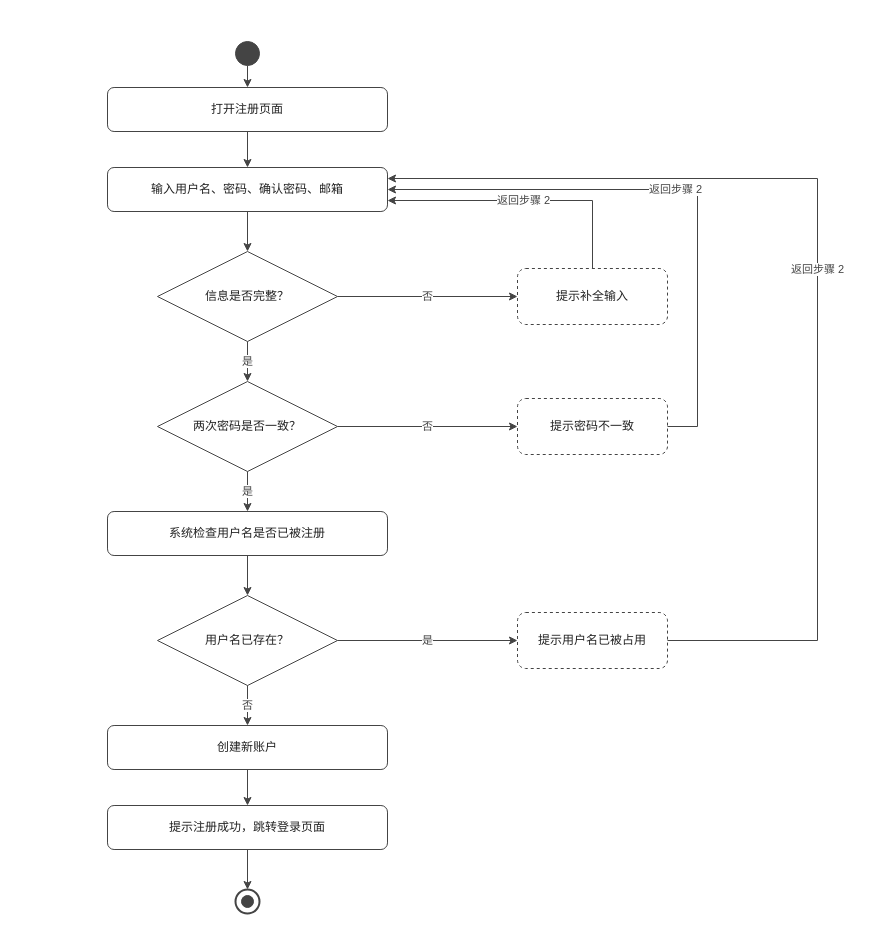
Before: docs/交付/1-账户管理-钟标/images/用户注册_活动图.drawio in chennuo1101/electronic-photo-album-system1, a draw.io diagram. Source tidied: cells renumbered, new cells numbered last; positions are measured from the earlier drawing's top-left corner, leaving out a move shared by most shapes. Both pictures are drawn from the tidied source at 100%, with x=0, y=0 at pixel (95, 29).
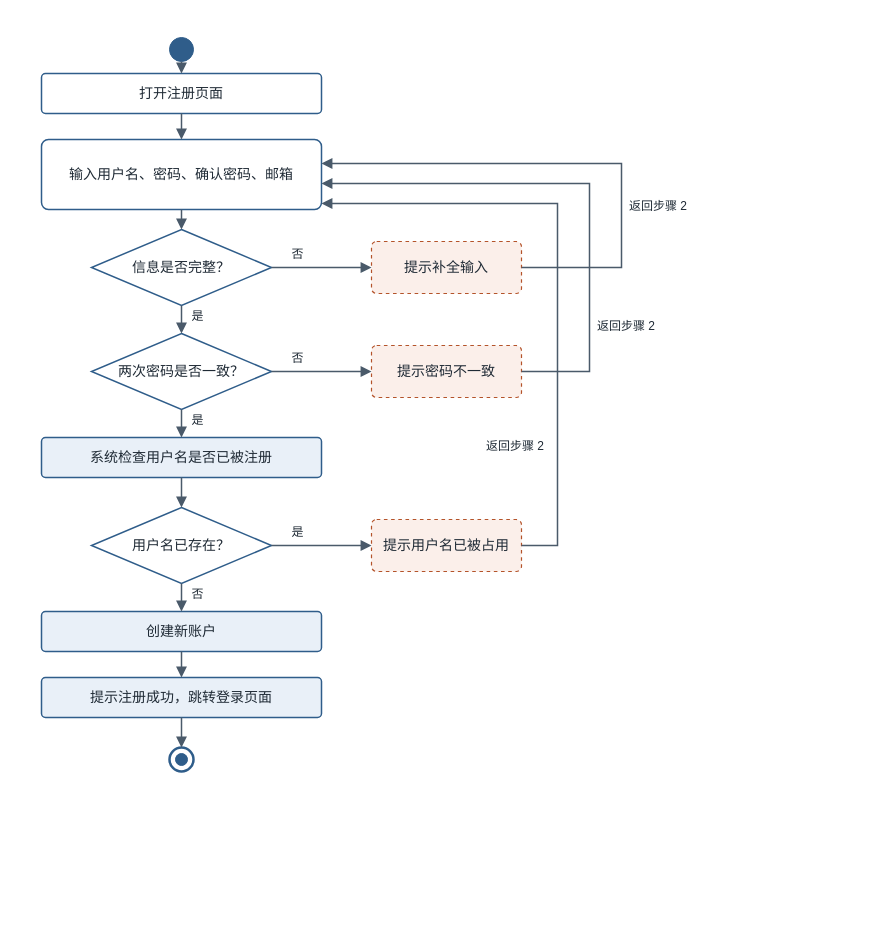
Above is the later version.

Diff of the diagram source:
```diff
@@
     <mxCell id="2" style="rounded=0;whiteSpace=wrap;html=1;fillColor=#FFFFFF;strokeColor=none;" parent="1" vertex="1">
-      <mxGeometry width="764" height="896" as="geometry" />
+      <mxGeometry x="-78" y="-12" width="700" height="778" as="geometry" />
     </mxCell>
-    <mxCell id="3" style="ellipse;html=1;fillColor=#444444;strokeColor=#444444;" parent="1" vertex="1">
-      <mxGeometry x="140" y="12" width="24" height="24" as="geometry" />
+    <mxCell id="3" style="ellipse;html=1;fillColor=#2F5D8A;strokeColor=#2F5D8A;" parent="1" vertex="1">
+      <mxGeometry x="74" y="8" width="24" height="24" as="geometry" />
     </mxCell>
-    <mxCell id="4" value="打开注册页面" style="rounded=1;whiteSpace=wrap;html=1;fillColor=#FFFFFF;strokeColor=#444444;fontFamily=Microsoft YaHei;fontSize=12;fontColor=#222222;" parent="1" vertex="1">
-      <mxGeometry x="12" y="58" width="280" height="44" as="geometry" />
+    <mxCell id="4" value="打开注册页面" style="rounded=1;arcSize=10;whiteSpace=wrap;html=1;fillColor=#FFFFFF;strokeColor=#2F5D8A;strokeWidth=1.5;fontFamily=Microsoft YaHei;fontSize=14;fontColor=#1F2A35;" parent="1" vertex="1">
+      <mxGeometry x="-54" y="44" width="280" height="40" as="geometry" />
     </mxCell>
-    <mxCell id="5" value="输入用户名、密码、确认密码、邮箱" style="rounded=1;whiteSpace=wrap;html=1;fillColor=#FFFFFF;strokeColor=#444444;fontFamily=Microsoft YaHei;fontSize=12;fontColor=#222222;" parent="1" vertex="1">
-      <mxGeometry x="12" y="138" width="280" height="44" as="geometry" />
+    <mxCell id="5" value="输入用户名、密码、确认密码、邮箱" style="rounded=1;arcSize=10;whiteSpace=wrap;html=1;fillColor=#FFFFFF;strokeColor=#2F5D8A;strokeWidth=1.5;fontFamily=Microsoft YaHei;fontSize=14;fontColor=#1F2A35;" parent="1" vertex="1">
+      <mxGeometry x="-54" y="110" width="280" height="70" as="geometry" />
     </mxCell>
-    <mxCell id="6" value="信息是否完整？" style="rhombus;whiteSpace=wrap;html=1;fillColor=#FFFFFF;strokeColor=#444444;fontFamily=Microsoft YaHei;fontSize=12;fontColor=#222222;" parent="1" vertex="1">
-      <mxGeometry x="62" y="222" width="180" height="90" as="geometry" />
+    <mxCell id="6" value="信息是否完整？" style="rhombus;whiteSpace=wrap;html=1;fillColor=#FFFFFF;strokeColor=#2F5D8A;strokeWidth=1.5;fontFamily=Microsoft YaHei;fontSize=14;fontColor=#1F2A35;" parent="1" vertex="1">
+      <mxGeometry x="-4" y="200" width="180" height="76" as="geometry" />
     </mxCell>
-    <mxCell id="7" value="提示补全输入" style="rounded=1;whiteSpace=wrap;html=1;fillColor=none;strokeColor=#444444;dashed=1;fontFamily=Microsoft YaHei;fontSize=12;fontColor=#222222;" parent="1" vertex="1">
-      <mxGeometry x="422" y="239" width="150" height="56" as="geometry" />
+    <mxCell id="7" value="提示补全输入" style="rounded=1;arcSize=10;whiteSpace=wrap;html=1;fillColor=#FBEFEA;strokeColor=#B4532A;strokeWidth=1.2;dashed=1;fontFamily=Microsoft YaHei;fontSize=14;fontColor=#1F2A35;" parent="1" vertex="1">
+      <mxGeometry x="276" y="212" width="150" height="52" as="geometry" />
     </mxCell>
-    <mxCell id="8" value="两次密码是否一致？" style="rhombus;whiteSpace=wrap;html=1;fillColor=#FFFFFF;strokeColor=#444444;fontFamily=Microsoft YaHei;fontSize=12;fontColor=#222222;" parent="1" vertex="1">
-      <mxGeometry x="62" y="352" width="180" height="90" as="geometry" />
+    <mxCell id="8" value="两次密码是否一致？" style="rhombus;whiteSpace=wrap;html=1;fillColor=#FFFFFF;strokeColor=#2F5D8A;strokeWidth=1.5;fontFamily=Microsoft YaHei;fontSize=14;fontColor=#1F2A35;" parent="1" vertex="1">
+      <mxGeometry x="-4" y="304" width="180" height="76" as="geometry" />
     </mxCell>
-    <mxCell id="9" value="提示密码不一致" style="rounded=1;whiteSpace=wrap;html=1;fillColor=none;strokeColor=#444444;dashed=1;fontFamily=Microsoft YaHei;fontSize=12;fontColor=#222222;" parent="1" vertex="1">
-      <mxGeometry x="422" y="369" width="150" height="56" as="geometry" />
+    <mxCell id="9" value="提示密码不一致" style="rounded=1;arcSize=10;whiteSpace=wrap;html=1;fillColor=#FBEFEA;strokeColor=#B4532A;strokeWidth=1.2;dashed=1;fontFamily=Microsoft YaHei;fontSize=14;fontColor=#1F2A35;" parent="1" vertex="1">
+      <mxGeometry x="276" y="316" width="150" height="52" as="geometry" />
     </mxCell>
-    <mxCell id="10" value="系统检查用户名是否已被注册" style="rounded=1;whiteSpace=wrap;html=1;fillColor=#FFFFFF;strokeColor=#444444;fontFamily=Microsoft YaHei;fontSize=12;fontColor=#222222;" parent="1" vertex="1">
-      <mxGeometry x="12" y="482" width="280" height="44" as="geometry" />
+    <mxCell id="10" value="系统检查用户名是否已被注册" style="rounded=1;arcSize=10;whiteSpace=wrap;html=1;fillColor=#E9F0F8;strokeColor=#2F5D8A;strokeWidth=1.5;fontFamily=Microsoft YaHei;fontSize=14;fontColor=#1F2A35;" parent="1" vertex="1">
+      <mxGeometry x="-54" y="408" width="280" height="40" as="geometry" />
     </mxCell>
-    <mxCell id="11" value="用户名已存在？" style="rhombus;whiteSpace=wrap;html=1;fillColor=#FFFFFF;strokeColor=#444444;fontFamily=Microsoft YaHei;fontSize=12;fontColor=#222222;" parent="1" vertex="1">
-      <mxGeometry x="62" y="566" width="180" height="90" as="geometry" />
+    <mxCell id="11" value="用户名已存在？" style="rhombus;whiteSpace=wrap;html=1;fillColor=#FFFFFF;strokeColor=#2F5D8A;strokeWidth=1.5;fontFamily=Microsoft YaHei;fontSize=14;fontColor=#1F2A35;" parent="1" vertex="1">
+      <mxGeometry x="-4" y="478" width="180" height="76" as="geometry" />
     </mxCell>
-    <mxCell id="12" value="提示用户名已被占用" style="rounded=1;whiteSpace=wrap;html=1;fillColor=none;strokeColor=#444444;dashed=1;fontFamily=Microsoft YaHei;fontSize=12;fontColor=#222222;" parent="1" vertex="1">
-      <mxGeometry x="422" y="583" width="150" height="56" as="geometry" />
+    <mxCell id="12" value="提示用户名已被占用" style="rounded=1;arcSize=10;whiteSpace=wrap;html=1;fillColor=#FBEFEA;strokeColor=#B4532A;strokeWidth=1.2;dashed=1;fontFamily=Microsoft YaHei;fontSize=14;fontColor=#1F2A35;" parent="1" vertex="1">
+      <mxGeometry x="276" y="490" width="150" height="52" as="geometry" />
     </mxCell>
-    <mxCell id="13" value="创建新账户" style="rounded=1;whiteSpace=wrap;html=1;fillColor=#FFFFFF;strokeColor=#444444;fontFamily=Microsoft YaHei;fontSize=12;fontColor=#222222;" parent="1" vertex="1">
-      <mxGeometry x="12" y="696" width="280" height="44" as="geometry" />
+    <mxCell id="13" value="创建新账户" style="rounded=1;arcSize=10;whiteSpace=wrap;html=1;fillColor=#E9F0F8;strokeColor=#2F5D8A;strokeWidth=1.5;fontFamily=Microsoft YaHei;fontSize=14;fontColor=#1F2A35;" parent="1" vertex="1">
+      <mxGeometry x="-54" y="582" width="280" height="40" as="geometry" />
     </mxCell>
-    <mxCell id="14" value="提示注册成功，跳转登录页面" style="rounded=1;whiteSpace=wrap;html=1;fillColor=#FFFFFF;strokeColor=#444444;fontFamily=Microsoft YaHei;fontSize=12;fontColor=#222222;" parent="1" vertex="1">
-      <mxGeometry x="12" y="776" width="280" height="44" as="geometry" />
+    <mxCell id="14" value="提示注册成功，跳转登录页面" style="rounded=1;arcSize=10;whiteSpace=wrap;html=1;fillColor=#E9F0F8;strokeColor=#2F5D8A;strokeWidth=1.5;fontFamily=Microsoft YaHei;fontSize=14;fontColor=#1F2A35;" parent="1" vertex="1">
+      <mxGeometry x="-54" y="648" width="280" height="40" as="geometry" />
     </mxCell>
-    <mxCell id="15" style="ellipse;html=1;fillColor=#FFFFFF;strokeColor=#444444;strokeWidth=2;" parent="1" vertex="1">
-      <mxGeometry x="140" y="860" width="24" height="24" as="geometry" />
+    <mxCell id="15" style="ellipse;html=1;fillColor=#FFFFFF;strokeColor=#2F5D8A;strokeWidth=2.5;" parent="1" vertex="1">
+      <mxGeometry x="74" y="718" width="24" height="24" as="geometry" />
     </mxCell>
-    <mxCell id="16" style="ellipse;html=1;fillColor=#444444;strokeColor=#444444;" parent="1" vertex="1">
-      <mxGeometry x="146" y="866" width="12" height="12" as="geometry" />
-    </mxCell>
+    <mxCell id="32" style="ellipse;html=1;fillColor=#2F5D8A;strokeColor=#2F5D8A;" parent="1" vertex="1">
+      <mxGeometry x="80" y="724" width="12" height="12" as="geometry" />
+    </mxCell>
-    <mxCell id="17" style="edgeStyle=orthogonalEdgeStyle;rounded=0;html=1;strokeColor=#444444;strokeWidth=1;fontFamily=Microsoft YaHei;fontSize=11;fontColor=#444444;labelBackgroundColor=#FFFFFF;" parent="1" edge="1" source="3" target="4">
-      <mxGeometry relative="1" as="geometry" />
+    <mxCell id="17" style="html=1;rounded=0;strokeColor=#4A5A6A;strokeWidth=1.5;startArrow=none;endArrow=block;endFill=1;endSize=7;" parent="1" edge="1">
+      <mxGeometry relative="1" as="geometry">
+        <mxPoint x="86" y="32" as="sourcePoint" />
+        <mxPoint x="86" y="44" as="targetPoint" />
+      </mxGeometry>
     </mxCell>
-    <mxCell id="18" style="edgeStyle=orthogonalEdgeStyle;rounded=0;html=1;strokeColor=#444444;strokeWidth=1;fontFamily=Microsoft YaHei;fontSize=11;fontColor=#444444;labelBackgroundColor=#FFFFFF;" parent="1" edge="1" source="4" target="5">
-      <mxGeometry relative="1" as="geometry" />
+    <mxCell id="18" style="html=1;rounded=0;strokeColor=#4A5A6A;strokeWidth=1.5;startArrow=none;endArrow=block;endFill=1;endSize=7;" parent="1" edge="1">
+      <mxGeometry relative="1" as="geometry">
+        <mxPoint x="86" y="84" as="sourcePoint" />
+        <mxPoint x="86" y="110" as="targetPoint" />
+      </mxGeometry>
     </mxCell>
-    <mxCell id="19" style="edgeStyle=orthogonalEdgeStyle;rounded=0;html=1;strokeColor=#444444;strokeWidth=1;fontFamily=Microsoft YaHei;fontSize=11;fontColor=#444444;labelBackgroundColor=#FFFFFF;" parent="1" edge="1" source="5" target="6">
-      <mxGeometry relative="1" as="geometry" />
+    <mxCell id="19" style="html=1;rounded=0;strokeColor=#4A5A6A;strokeWidth=1.5;startArrow=none;endArrow=block;endFill=1;endSize=7;" parent="1" edge="1">
+      <mxGeometry relative="1" as="geometry">
+        <mxPoint x="86" y="180" as="sourcePoint" />
+        <mxPoint x="86" y="200" as="targetPoint" />
+      </mxGeometry>
     </mxCell>
-    <mxCell id="20" value="是" style="edgeStyle=orthogonalEdgeStyle;rounded=0;html=1;strokeColor=#444444;strokeWidth=1;fontFamily=Microsoft YaHei;fontSize=11;fontColor=#444444;labelBackgroundColor=#FFFFFF;" parent="1" edge="1" source="6" target="8">
-      <mxGeometry relative="1" as="geometry" />
-    </mxCell>
-    <mxCell id="21" value="是" style="edgeStyle=orthogonalEdgeStyle;rounded=0;html=1;strokeColor=#444444;strokeWidth=1;fontFamily=Microsoft YaHei;fontSize=11;fontColor=#444444;labelBackgroundColor=#FFFFFF;" parent="1" edge="1" source="8" target="10">
-      <mxGeometry relative="1" as="geometry" />
-    </mxCell>
-    <mxCell id="22" style="edgeStyle=orthogonalEdgeStyle;rounded=0;html=1;strokeColor=#444444;strokeWidth=1;fontFamily=Microsoft YaHei;fontSize=11;fontColor=#444444;labelBackgroundColor=#FFFFFF;" parent="1" edge="1" source="10" target="11">
-      <mxGeometry relative="1" as="geometry" />
-    </mxCell>
-    <mxCell id="23" value="否" style="edgeStyle=orthogonalEdgeStyle;rounded=0;html=1;strokeColor=#444444;strokeWidth=1;fontFamily=Microsoft YaHei;fontSize=11;fontColor=#444444;labelBackgroundColor=#FFFFFF;" parent="1" edge="1" source="11" target="13">
-      <mxGeometry relative="1" as="geometry" />
-    </mxCell>
-    <mxCell id="24" style="edgeStyle=orthogonalEdgeStyle;rounded=0;html=1;strokeColor=#444444;strokeWidth=1;fontFamily=Microsoft YaHei;fontSize=11;fontColor=#444444;labelBackgroundColor=#FFFFFF;" parent="1" edge="1" source="13" target="14">
-      <mxGeometry relative="1" as="geometry" />
-    </mxCell>
-    <mxCell id="25" style="edgeStyle=orthogonalEdgeStyle;rounded=0;html=1;strokeColor=#444444;strokeWidth=1;fontFamily=Microsoft YaHei;fontSize=11;fontColor=#444444;labelBackgroundColor=#FFFFFF;" parent="1" edge="1" source="14" target="15">
-      <mxGeometry relative="1" as="geometry" />
-    </mxCell>
-    <mxCell id="26" value="否" style="edgeStyle=orthogonalEdgeStyle;rounded=0;html=1;strokeColor=#444444;strokeWidth=1;fontFamily=Microsoft YaHei;fontSize=11;fontColor=#444444;labelBackgroundColor=#FFFFFF;exitX=1;exitY=0.5;entryX=0;entryY=0.5;" parent="1" edge="1" source="6" target="7">
-      <mxGeometry relative="1" as="geometry" />
+    <mxCell id="26" style="html=1;rounded=0;strokeColor=#4A5A6A;strokeWidth=1.5;startArrow=none;endArrow=block;endFill=1;endSize=7;" parent="1" edge="1">
+      <mxGeometry relative="1" as="geometry">
+        <mxPoint x="86" y="276" as="sourcePoint" />
+        <mxPoint x="86" y="304" as="targetPoint" />
+      </mxGeometry>
     </mxCell>
-    <mxCell id="27" value="返回步骤 2" style="edgeStyle=orthogonalEdgeStyle;rounded=0;html=1;strokeColor=#444444;strokeWidth=1;fontFamily=Microsoft YaHei;fontSize=11;fontColor=#444444;labelBackgroundColor=#FFFFFF;exitX=0.5;exitY=0;entryX=1;entryY=0.75;" parent="1" edge="1" source="7" target="5">
+    <mxCell id="27" style="html=1;rounded=0;strokeColor=#4A5A6A;strokeWidth=1.5;startArrow=none;endArrow=block;endFill=1;endSize=7;" parent="1" edge="1">
       <mxGeometry relative="1" as="geometry">
-        <Array as="points">
-          <mxPoint x="497" y="171" />
-        </Array>
+        <mxPoint x="86" y="380" as="sourcePoint" />
+        <mxPoint x="86" y="408" as="targetPoint" />
       </mxGeometry>
     </mxCell>
+    <mxCell id="20" style="html=1;rounded=0;strokeColor=#4A5A6A;strokeWidth=1.5;startArrow=none;endArrow=block;endFill=1;endSize=7;" parent="1" edge="1">
+      <mxGeometry relative="1" as="geometry">
+        <mxPoint x="86" y="448" as="sourcePoint" />
+        <mxPoint x="86" y="478" as="targetPoint" />
+      </mxGeometry>
+    </mxCell>
-    <mxCell id="28" value="否" style="edgeStyle=orthogonalEdgeStyle;rounded=0;html=1;strokeColor=#444444;strokeWidth=1;fontFamily=Microsoft YaHei;fontSize=11;fontColor=#444444;labelBackgroundColor=#FFFFFF;exitX=1;exitY=0.5;entryX=0;entryY=0.5;" parent="1" edge="1" source="8" target="9">
-      <mxGeometry relative="1" as="geometry" />
+    <mxCell id="28" style="html=1;rounded=0;strokeColor=#4A5A6A;strokeWidth=1.5;startArrow=none;endArrow=block;endFill=1;endSize=7;" parent="1" edge="1">
+      <mxGeometry relative="1" as="geometry">
+        <mxPoint x="86" y="554" as="sourcePoint" />
+        <mxPoint x="86" y="582" as="targetPoint" />
+      </mxGeometry>
     </mxCell>
-    <mxCell id="29" value="返回步骤 2" style="edgeStyle=orthogonalEdgeStyle;rounded=0;html=1;strokeColor=#444444;strokeWidth=1;fontFamily=Microsoft YaHei;fontSize=11;fontColor=#444444;labelBackgroundColor=#FFFFFF;exitX=1;exitY=0.5;entryX=1;entryY=0.5;" parent="1" edge="1" source="9" target="5">
+    <mxCell id="29" style="html=1;rounded=0;strokeColor=#4A5A6A;strokeWidth=1.5;startArrow=none;endArrow=block;endFill=1;endSize=7;" parent="1" edge="1">
       <mxGeometry relative="1" as="geometry">
-        <Array as="points">
-          <mxPoint x="602" y="397" />
-          <mxPoint x="602" y="160" />
-        </Array>
+        <mxPoint x="86" y="622" as="sourcePoint" />
+        <mxPoint x="86" y="648" as="targetPoint" />
       </mxGeometry>
     </mxCell>
-    <mxCell id="30" value="是" style="edgeStyle=orthogonalEdgeStyle;rounded=0;html=1;strokeColor=#444444;strokeWidth=1;fontFamily=Microsoft YaHei;fontSize=11;fontColor=#444444;labelBackgroundColor=#FFFFFF;exitX=1;exitY=0.5;entryX=0;entryY=0.5;" parent="1" edge="1" source="11" target="12">
-      <mxGeometry relative="1" as="geometry" />
-    </mxCell>
-    <mxCell id="31" value="返回步骤 2" style="edgeStyle=orthogonalEdgeStyle;rounded=0;html=1;strokeColor=#444444;strokeWidth=1;fontFamily=Microsoft YaHei;fontSize=11;fontColor=#444444;labelBackgroundColor=#FFFFFF;exitX=1;exitY=0.5;entryX=1;entryY=0.25;" parent="1" edge="1" source="12" target="5">
-      <mxGeometry relative="1" as="geometry">
-        <Array as="points">
-          <mxPoint x="722" y="611" />
-          <mxPoint x="722" y="149" />
-        </Array>
-      </mxGeometry>
-    </mxCell>
+    <mxCell id="21" style="html=1;rounded=0;strokeColor=#4A5A6A;strokeWidth=1.5;startArrow=none;endArrow=block;endFill=1;endSize=7;" parent="1" edge="1">
+      <mxGeometry relative="1" as="geometry">
+        <mxPoint x="86" y="688" as="sourcePoint" />
+        <mxPoint x="86" y="718" as="targetPoint" />
+      </mxGeometry>
+    </mxCell>
+    <mxCell id="33" style="html=1;rounded=0;strokeColor=#4A5A6A;strokeWidth=1.5;startArrow=none;endArrow=block;endFill=1;endSize=7;" parent="1" edge="1">
+      <mxGeometry relative="1" as="geometry">
+        <mxPoint x="176" y="238" as="sourcePoint" />
+        <mxPoint x="276" y="238" as="targetPoint" />
+      </mxGeometry>
+    </mxCell>
+    <mxCell id="34" style="html=1;rounded=0;strokeColor=#4A5A6A;strokeWidth=1.5;startArrow=none;endArrow=block;endFill=1;endSize=7;" parent="1" edge="1">
+      <mxGeometry relative="1" as="geometry">
+        <mxPoint x="176" y="342" as="sourcePoint" />
+        <mxPoint x="276" y="342" as="targetPoint" />
+      </mxGeometry>
+    </mxCell>
+    <mxCell id="35" style="html=1;rounded=0;strokeColor=#4A5A6A;strokeWidth=1.5;startArrow=none;endArrow=block;endFill=1;endSize=7;" parent="1" edge="1">
+      <mxGeometry relative="1" as="geometry">
+        <mxPoint x="176" y="516" as="sourcePoint" />
+        <mxPoint x="276" y="516" as="targetPoint" />
+      </mxGeometry>
+    </mxCell>
+    <mxCell id="36" style="html=1;rounded=0;strokeColor=#4A5A6A;strokeWidth=1.5;startArrow=none;endArrow=block;endFill=1;endSize=7;" parent="1" edge="1">
+      <mxGeometry relative="1" as="geometry">
+        <mxPoint x="426" y="238" as="sourcePoint" />
+        <mxPoint x="226" y="134" as="targetPoint" />
+        <Array as="points">
+          <mxPoint x="526" y="238" />
+          <mxPoint x="526" y="134" />
+        </Array>
+      </mxGeometry>
+    </mxCell>
+    <mxCell id="37" style="html=1;rounded=0;strokeColor=#4A5A6A;strokeWidth=1.5;startArrow=none;endArrow=block;endFill=1;endSize=7;" parent="1" edge="1">
+      <mxGeometry relative="1" as="geometry">
+        <mxPoint x="426" y="342" as="sourcePoint" />
+        <mxPoint x="226" y="154" as="targetPoint" />
+        <Array as="points">
+          <mxPoint x="494" y="342" />
+          <mxPoint x="494" y="154" />
+        </Array>
+      </mxGeometry>
+    </mxCell>
+    <mxCell id="38" style="html=1;rounded=0;strokeColor=#4A5A6A;strokeWidth=1.5;startArrow=none;endArrow=block;endFill=1;endSize=7;" parent="1" edge="1">
+      <mxGeometry relative="1" as="geometry">
+        <mxPoint x="426" y="516" as="sourcePoint" />
+        <mxPoint x="226" y="174" as="targetPoint" />
+        <Array as="points">
+          <mxPoint x="462" y="516" />
+          <mxPoint x="462" y="174" />
+        </Array>
+      </mxGeometry>
+    </mxCell>
+    <mxCell id="39" value="否" style="text;html=1;align=center;verticalAlign=middle;fillColor=none;strokeColor=none;fontFamily=Microsoft YaHei;fontSize=12;fontColor=#1F2A35;" parent="1" vertex="1">
+      <mxGeometry x="192" y="216" width="20" height="18" as="geometry" />
+    </mxCell>
+    <mxCell id="40" value="否" style="text;html=1;align=center;verticalAlign=middle;fillColor=none;strokeColor=none;fontFamily=Microsoft YaHei;fontSize=12;fontColor=#1F2A35;" parent="1" vertex="1">
+      <mxGeometry x="192" y="320" width="20" height="18" as="geometry" />
+    </mxCell>
+    <mxCell id="41" value="是" style="text;html=1;align=center;verticalAlign=middle;fillColor=none;strokeColor=none;fontFamily=Microsoft YaHei;fontSize=12;fontColor=#1F2A35;" parent="1" vertex="1">
+      <mxGeometry x="192" y="494" width="20" height="18" as="geometry" />
+    </mxCell>
+    <mxCell id="42" value="是" style="text;html=1;align=center;verticalAlign=middle;fillColor=none;strokeColor=none;fontFamily=Microsoft YaHei;fontSize=12;fontColor=#1F2A35;" parent="1" vertex="1">
+      <mxGeometry x="92" y="278" width="20" height="18" as="geometry" />
+    </mxCell>
+    <mxCell id="43" value="是" style="text;html=1;align=center;verticalAlign=middle;fillColor=none;strokeColor=none;fontFamily=Microsoft YaHei;fontSize=12;fontColor=#1F2A35;" parent="1" vertex="1">
+      <mxGeometry x="92" y="382" width="20" height="18" as="geometry" />
+    </mxCell>
+    <mxCell id="44" value="否" style="text;html=1;align=center;verticalAlign=middle;fillColor=none;strokeColor=none;fontFamily=Microsoft YaHei;fontSize=12;fontColor=#1F2A35;" parent="1" vertex="1">
+      <mxGeometry x="92" y="556" width="20" height="18" as="geometry" />
+    </mxCell>
+    <mxCell id="45" value="返回步骤 2" style="text;html=1;align=left;verticalAlign=middle;fillColor=none;strokeColor=none;fontFamily=Microsoft YaHei;fontSize=12;fontColor=#1F2A35;" parent="1" vertex="1">
+      <mxGeometry x="532" y="168" width="90" height="18" as="geometry" />
+    </mxCell>
+    <mxCell id="46" value="返回步骤 2" style="text;html=1;align=left;verticalAlign=middle;fillColor=none;strokeColor=none;fontFamily=Microsoft YaHei;fontSize=12;fontColor=#1F2A35;" parent="1" vertex="1">
+      <mxGeometry x="500" y="288" width="90" height="18" as="geometry" />
+    </mxCell>
+    <mxCell id="47" value="返回步骤 2" style="text;html=1;align=right;verticalAlign=middle;fillColor=none;strokeColor=none;fontFamily=Microsoft YaHei;fontSize=12;fontColor=#1F2A35;" parent="1" vertex="1">
+      <mxGeometry x="360" y="408" width="90" height="18" as="geometry" />
+    </mxCell>
```
